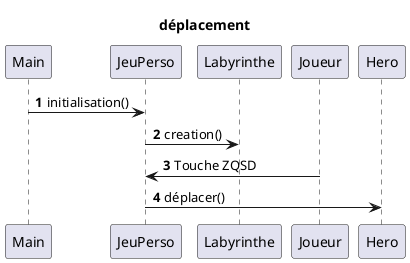
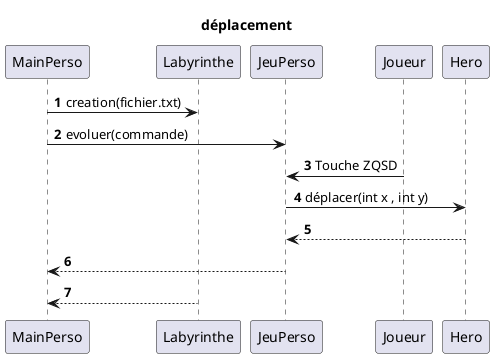
@startuml
'https://plantuml.com/sequence-diagram

autonumber


@startuml
title déplacement
autonumber

- Main -> JeuPerso: initialisation()
- JeuPerso -> Labyrinthe: creation()
- Joueur -> JeuPerso: Touche ZQSD
- JeuPerso->Hero:déplacer()


+ MainPerso -> Labyrinthe: creation(fichier.txt)
+ MainPerso-> JeuPerso:evoluer(commande)
+ Joueur -> JeuPerso: Touche ZQSD
+ JeuPerso->Hero:déplacer(int x , int y)
+ Hero --> JeuPerso:
+ JeuPerso-->MainPerso:
+ Labyrinthe-->MainPerso:




@enduml